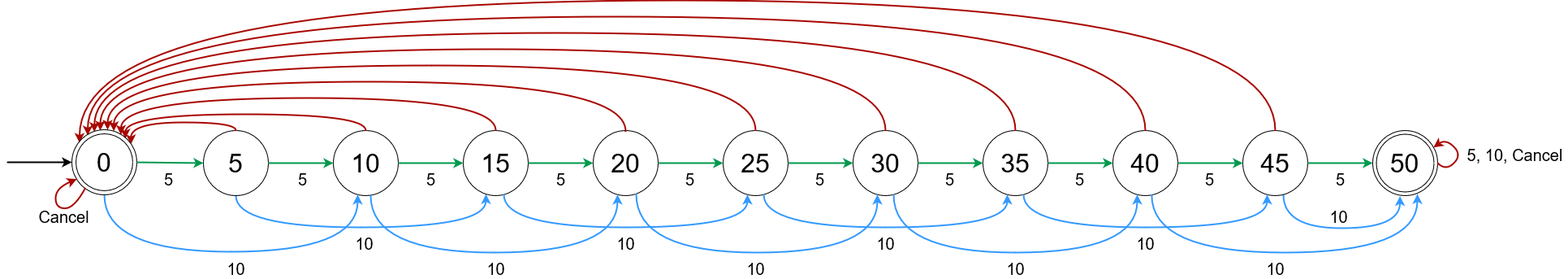
This is pic/DFA-ครีม50.png from NatnichaTongrod/MEP-Cosmetic, a draw.io export, as it was before one commit. Source tidied: cells renumbered, new cells last; positions are measured from the earlier drawing's top-left corner, leaving out a move shared by most shapes.
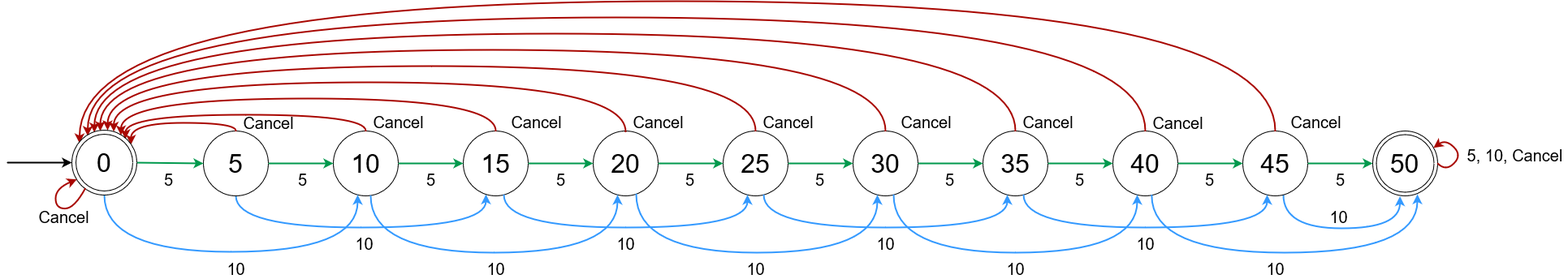
Later version of the same file.

What changed in the source:
```diff
@@ -325,5 +325,32 @@
     <mxCell id="72" value="&lt;font style=&quot;font-size: 20px&quot;&gt;10&lt;/font&gt;" style="text;html=1;align=center;verticalAlign=middle;" parent="1" vertex="1">
       <mxGeometry x="1620" y="255.6" width="40" height="20" as="geometry" />
     </mxCell>
+    <mxCell id="73" value="&lt;span style=&quot;font-size: 20px&quot;&gt;Cancel&lt;/span&gt;" style="text;html=1;align=center;verticalAlign=middle;" parent="1" vertex="1">
+      <mxGeometry x="282" y="140" width="80" height="20" as="geometry" />
+    </mxCell>
+    <mxCell id="74" value="&lt;span style=&quot;font-size: 20px&quot;&gt;Cancel&lt;/span&gt;" style="text;html=1;align=center;verticalAlign=middle;" parent="1" vertex="1">
+      <mxGeometry x="442" y="139" width="80" height="20" as="geometry" />
+    </mxCell>
+    <mxCell id="75" value="&lt;span style=&quot;font-size: 20px&quot;&gt;Cancel&lt;/span&gt;" style="text;html=1;align=center;verticalAlign=middle;" parent="1" vertex="1">
+      <mxGeometry x="762" y="139" width="80" height="20" as="geometry" />
+    </mxCell>
+    <mxCell id="76" value="&lt;span style=&quot;font-size: 20px&quot;&gt;Cancel&lt;/span&gt;" style="text;html=1;align=center;verticalAlign=middle;" parent="1" vertex="1">
+      <mxGeometry x="922" y="139" width="80" height="20" as="geometry" />
+    </mxCell>
+    <mxCell id="77" value="&lt;span style=&quot;font-size: 20px&quot;&gt;Cancel&lt;/span&gt;" style="text;html=1;align=center;verticalAlign=middle;" parent="1" vertex="1">
+      <mxGeometry x="612" y="139" width="80" height="20" as="geometry" />
+    </mxCell>
+    <mxCell id="78" value="&lt;span style=&quot;font-size: 20px&quot;&gt;Cancel&lt;/span&gt;" style="text;html=1;align=center;verticalAlign=middle;" parent="1" vertex="1">
+      <mxGeometry x="1092" y="139" width="80" height="20" as="geometry" />
+    </mxCell>
+    <mxCell id="79" value="&lt;span style=&quot;font-size: 20px&quot;&gt;Cancel&lt;/span&gt;" style="text;html=1;align=center;verticalAlign=middle;" parent="1" vertex="1">
+      <mxGeometry x="1242" y="139" width="80" height="20" as="geometry" />
+    </mxCell>
+    <mxCell id="80" value="&lt;span style=&quot;font-size: 20px&quot;&gt;Cancel&lt;/span&gt;" style="text;html=1;align=center;verticalAlign=middle;" parent="1" vertex="1">
+      <mxGeometry x="1402" y="140" width="80" height="20" as="geometry" />
+    </mxCell>
+    <mxCell id="81" value="&lt;span style=&quot;font-size: 20px&quot;&gt;Cancel&lt;/span&gt;" style="text;html=1;align=center;verticalAlign=middle;" parent="1" vertex="1">
+      <mxGeometry x="1572" y="139" width="80" height="20" as="geometry" />
+    </mxCell>
   </root>
 </mxGraphModel>
```
